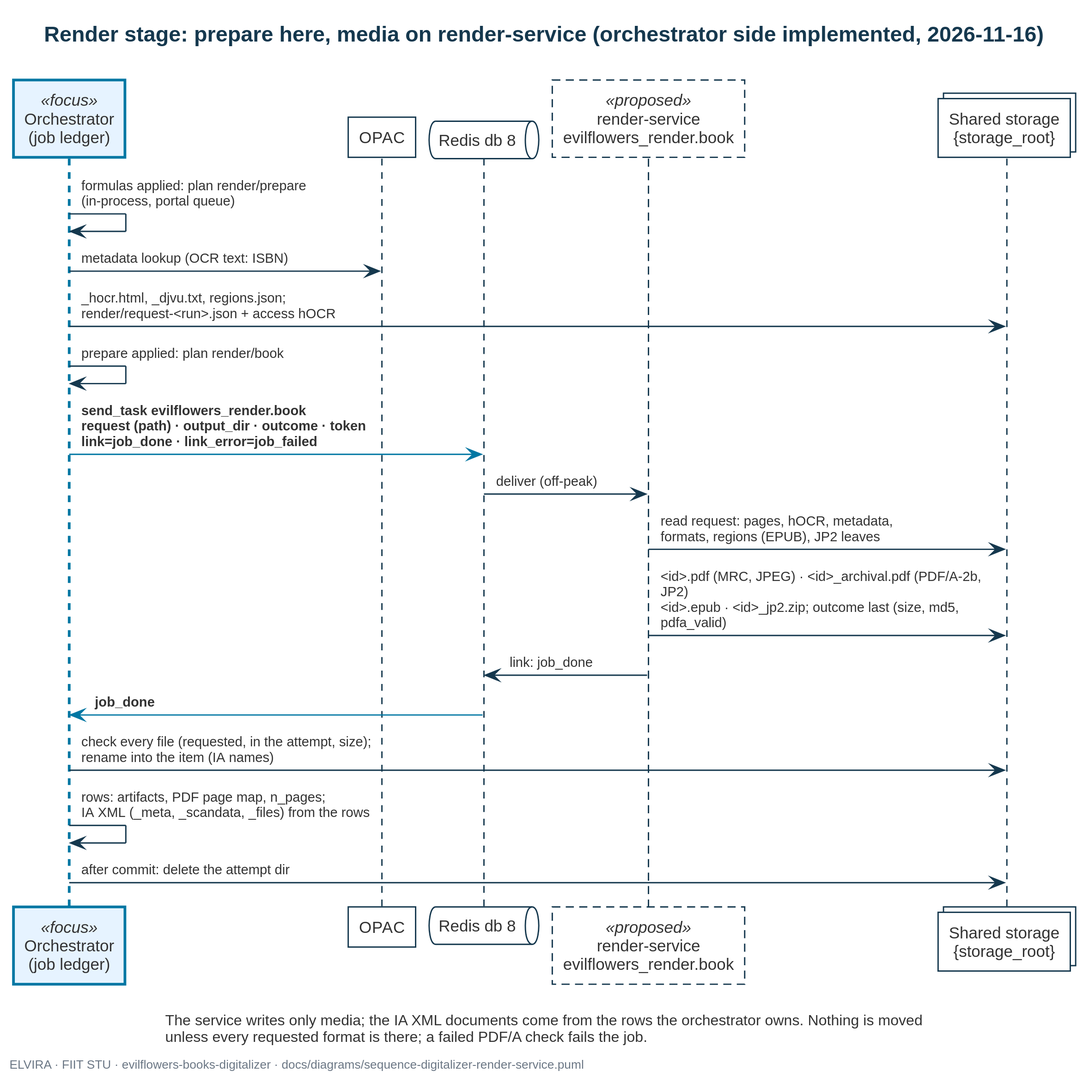
EvilFlowersCatalog/evilflowers-books-digitalizer keeps this PlantUML diagram as docs/diagrams/sequence-digitalizer-render-service.svg. Above is the earlier version.
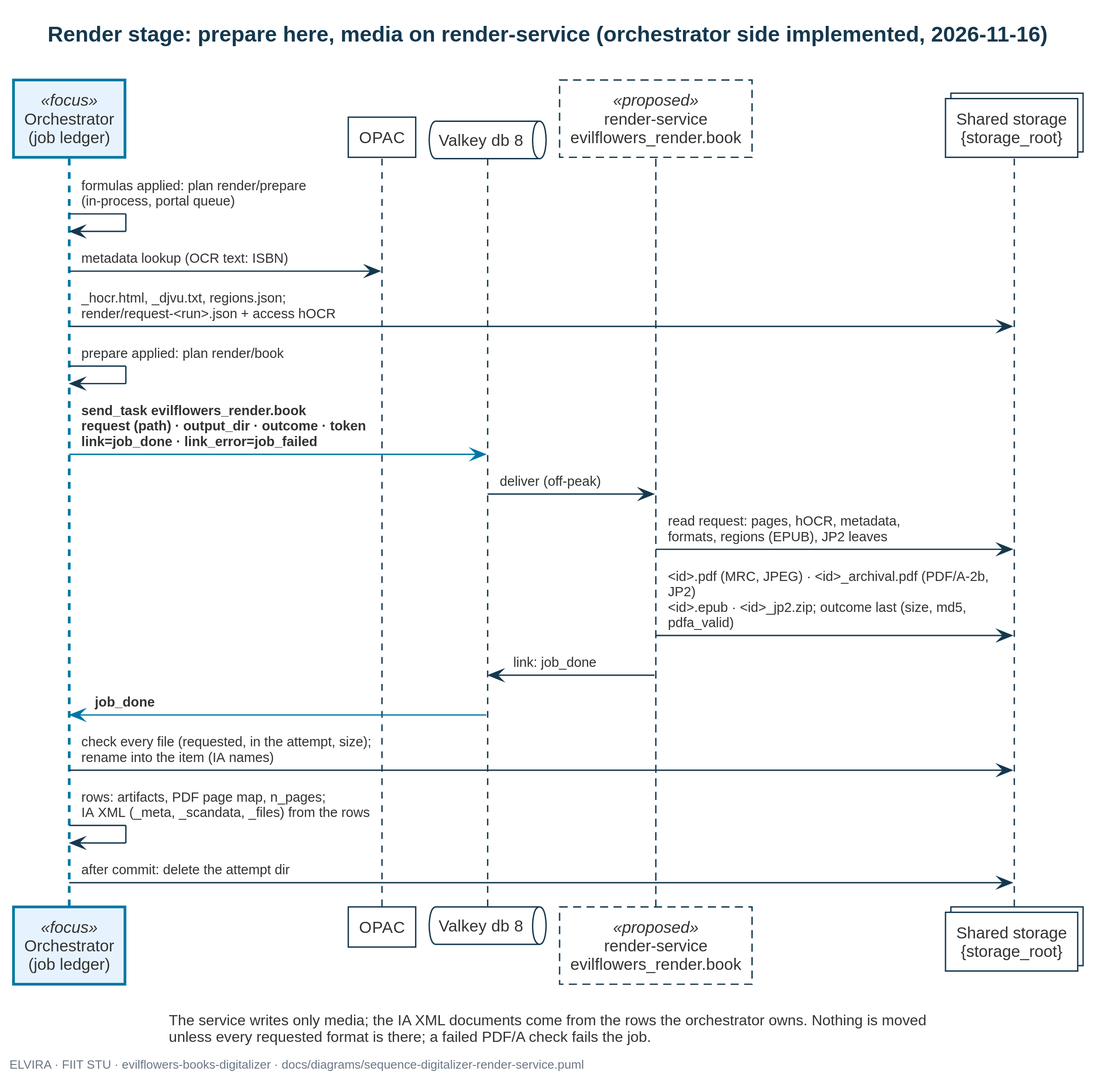
Later version of the same file.

What changed in the source:
```diff
@@ -5,7 +5,7 @@
 
 participant "Orchestrator\n(job ledger)" as orch <<focus>>
 participant "OPAC" as opac
-queue "Redis db 8" as redis
+queue "Valkey db 8" as redis
 participant "render-service\nevilflowers_render.book" as rs <<proposed>>
 collections "Shared storage\n{storage_root}" as fs
 
```
